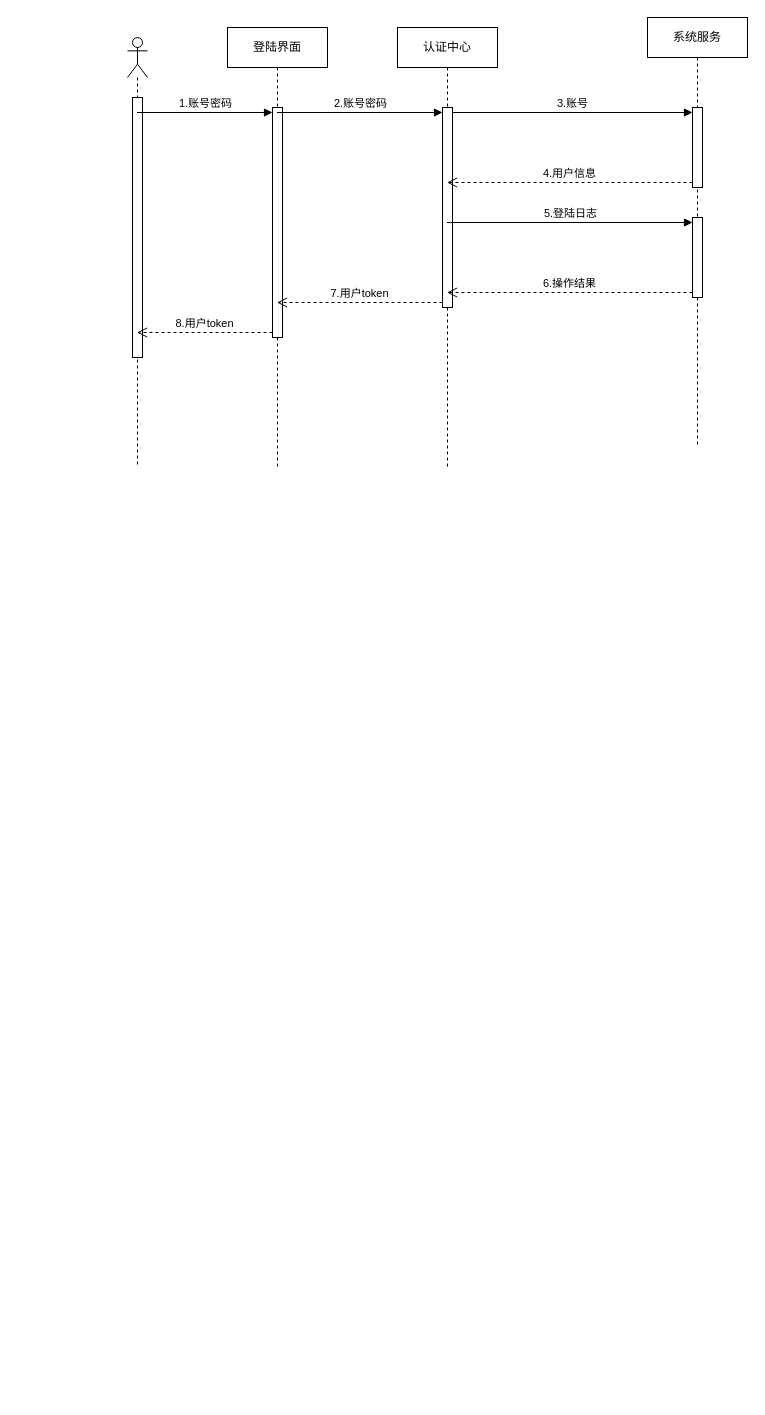
Above: 毕设/项目管理时序图.drawio in xiaoguokf/draw.io (draw.io), before the change. Source tidied: cells renumbered, new cells numbered last; positions are measured from the earlier drawing's top-left corner, leaving out a move shared by most shapes. Both pictures are drawn from the tidied source at 100%, with x=0, y=0 at pixel (127, 17).
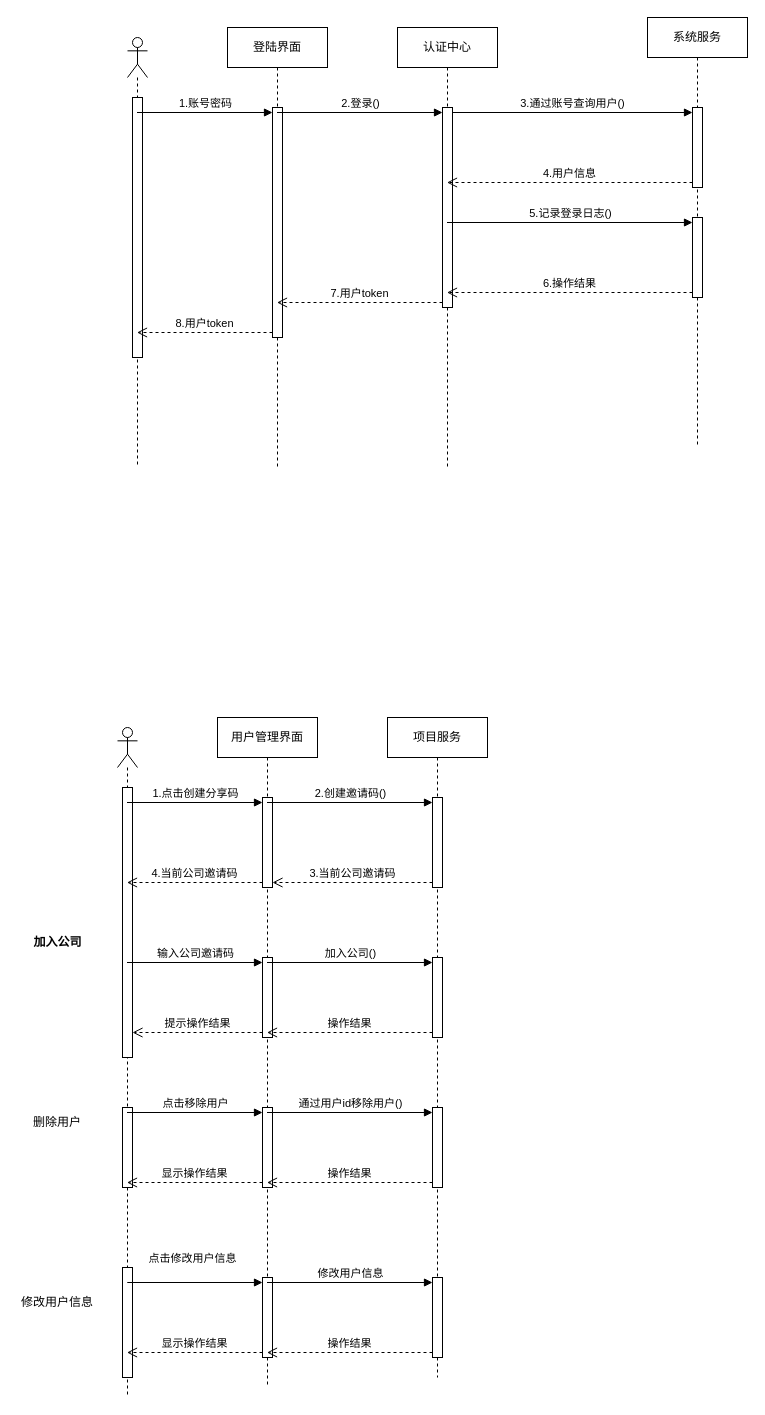
After the change.

Commit message (it also covers changes not shown here):
更新项目管理时序图.drawio

The change refers to these unchanged cells:
```xml
<mxCell id="4" value="认证中心" style="shape=umlLifeline;perimeter=lifelinePerimeter;whiteSpace=wrap;html=1;outlineConnect=0;portConstraint=eastwest;newEdgeStyle={&quot;curved&quot;:0,&quot;rounded&quot;:0};" parent="1" vertex="1">
  <mxGeometry x="270" y="10" width="100" height="440" as="geometry" />
</mxCell>
<mxCell id="5" style="html=1;points=[[0,0,0,0,5],[0,1,0,0,-5],[1,0,0,0,5],[1,1,0,0,-5]];perimeter=orthogonalPerimeter;outlineConnect=0;targetShapes=umlLifeline;portConstraint=eastwest;newEdgeStyle={&quot;curved&quot;:0,&quot;rounded&quot;:0};" parent="4" vertex="1">
  <mxGeometry x="45" y="80" width="10" height="200" as="geometry" />
</mxCell>
<mxCell id="7" style="html=1;points=[[0,0,0,0,5],[0,1,0,0,-5],[1,0,0,0,5],[1,1,0,0,-5]];perimeter=orthogonalPerimeter;outlineConnect=0;targetShapes=umlLifeline;portConstraint=eastwest;newEdgeStyle={&quot;curved&quot;:0,&quot;rounded&quot;:0};" parent="6" vertex="1">
  <mxGeometry x="45" y="90" width="10" height="80" as="geometry" />
</mxCell>
<mxCell id="8" style="html=1;points=[[0,0,0,0,5],[0,1,0,0,-5],[1,0,0,0,5],[1,1,0,0,-5]];perimeter=orthogonalPerimeter;outlineConnect=0;targetShapes=umlLifeline;portConstraint=eastwest;newEdgeStyle={&quot;curved&quot;:0,&quot;rounded&quot;:0};" parent="6" vertex="1">
  <mxGeometry x="45" y="200" width="10" height="80" as="geometry" />
</mxCell>
<mxCell id="11" value="登陆界面" style="shape=umlLifeline;perimeter=lifelinePerimeter;whiteSpace=wrap;html=1;outlineConnect=0;portConstraint=eastwest;newEdgeStyle={&quot;curved&quot;:0,&quot;rounded&quot;:0};" parent="1" vertex="1">
  <mxGeometry x="100" y="10" width="100" height="440" as="geometry" />
</mxCell>
```

Diff of the diagram source:
```diff
@@
-    <mxCell id="9" value="3.账号" style="html=1;verticalAlign=bottom;endArrow=block;curved=0;rounded=0;entryX=0;entryY=0;entryDx=0;entryDy=5;" parent="1" edge="1" target="7">
+    <mxCell id="9" value="3.通过账号查询用户()" style="html=1;verticalAlign=bottom;endArrow=block;curved=0;rounded=0;entryX=0;entryY=0;entryDx=0;entryDy=5;" parent="1" edge="1" target="7">
       <mxGeometry relative="1" as="geometry">
         <mxPoint x="325" y="95" as="sourcePoint" />
       </mxGeometry>
     </mxCell>
@@
-    <mxCell id="15" value="2.账号密码" style="html=1;verticalAlign=bottom;endArrow=block;curved=0;rounded=0;entryX=0;entryY=0;entryDx=0;entryDy=5;" parent="1" edge="1" source="11" target="5">
+    <mxCell id="15" value="2.登录()" style="html=1;verticalAlign=bottom;endArrow=block;curved=0;rounded=0;entryX=0;entryY=0;entryDx=0;entryDy=5;" parent="1" edge="1" source="11" target="5">
       <mxGeometry relative="1" as="geometry" />
     </mxCell>
@@
-    <mxCell id="17" value="5.登陆日志" style="html=1;verticalAlign=bottom;endArrow=block;curved=0;rounded=0;entryX=0;entryY=0;entryDx=0;entryDy=5;" parent="1" edge="1" source="4" target="8">
+    <mxCell id="17" value="5.记录登录日志()" style="html=1;verticalAlign=bottom;endArrow=block;curved=0;rounded=0;entryX=0;entryY=0;entryDx=0;entryDy=5;" parent="1" edge="1" source="4" target="8">
       <mxGeometry relative="1" as="geometry" />
     </mxCell>
@@
+    <mxCell id="19" style="shape=umlLifeline;perimeter=lifelinePerimeter;whiteSpace=wrap;html=1;outlineConnect=0;portConstraint=eastwest;newEdgeStyle={&quot;curved&quot;:0,&quot;rounded&quot;:0};participant=umlActor;" parent="1" vertex="1">
+      <mxGeometry x="-10" y="710" width="20" height="670" as="geometry" />
+    </mxCell>
+    <mxCell id="20" style="html=1;points=[[0,0,0,0,5],[0,1,0,0,-5],[1,0,0,0,5],[1,1,0,0,-5]];perimeter=orthogonalPerimeter;outlineConnect=0;targetShapes=umlLifeline;portConstraint=eastwest;newEdgeStyle={&quot;curved&quot;:0,&quot;rounded&quot;:0};" parent="19" vertex="1">
+      <mxGeometry x="5" y="60" width="10" height="270" as="geometry" />
+    </mxCell>
+    <mxCell id="21" style="html=1;perimeter=orthogonalPerimeter;targetShapes=umlLifeline;newEdgeStyle={&quot;curved&quot;:0,&quot;rounded&quot;:0};" parent="19" vertex="1">
+      <mxGeometry x="5" y="380" width="10" height="80" as="geometry" />
+    </mxCell>
+    <mxCell id="22" style="html=1;perimeter=orthogonalPerimeter;targetShapes=umlLifeline;newEdgeStyle={&quot;curved&quot;:0,&quot;rounded&quot;:0};" parent="19" vertex="1">
+      <mxGeometry x="5" y="540" width="10" height="110" as="geometry" />
+    </mxCell>
+    <mxCell id="23" value="项目服务" style="shape=umlLifeline;perimeter=lifelinePerimeter;whiteSpace=wrap;html=1;newEdgeStyle={&quot;curved&quot;:0,&quot;rounded&quot;:0};" parent="1" vertex="1">
+      <mxGeometry x="260" y="700" width="100" height="660" as="geometry" />
+    </mxCell>
+    <mxCell id="24" style="html=1;points=[[0,0,0,0,5],[0,1,0,0,-5],[1,0,0,0,5],[1,1,0,0,-5]];perimeter=orthogonalPerimeter;outlineConnect=0;targetShapes=umlLifeline;portConstraint=eastwest;newEdgeStyle={&quot;curved&quot;:0,&quot;rounded&quot;:0};" parent="23" vertex="1">
+      <mxGeometry x="45" y="80" width="10" height="90" as="geometry" />
+    </mxCell>
+    <mxCell id="25" style="html=1;points=[[0,0,0,0,5],[0,1,0,0,-5],[1,0,0,0,5],[1,1,0,0,-5]];perimeter=orthogonalPerimeter;outlineConnect=0;targetShapes=umlLifeline;portConstraint=eastwest;newEdgeStyle={&quot;curved&quot;:0,&quot;rounded&quot;:0};" parent="23" vertex="1">
+      <mxGeometry x="45" y="240" width="10" height="80" as="geometry" />
+    </mxCell>
+    <mxCell id="26" style="html=1;points=[[0,0,0,0,5],[0,1,0,0,-5],[1,0,0,0,5],[1,1,0,0,-5]];perimeter=orthogonalPerimeter;outlineConnect=0;targetShapes=umlLifeline;portConstraint=eastwest;newEdgeStyle={&quot;curved&quot;:0,&quot;rounded&quot;:0};" parent="23" vertex="1">
+      <mxGeometry x="45" y="390" width="10" height="80" as="geometry" />
+    </mxCell>
+    <mxCell id="27" style="html=1;points=[[0,0,0,0,5],[0,1,0,0,-5],[1,0,0,0,5],[1,1,0,0,-5]];perimeter=orthogonalPerimeter;outlineConnect=0;targetShapes=umlLifeline;portConstraint=eastwest;newEdgeStyle={&quot;curved&quot;:0,&quot;rounded&quot;:0};" parent="23" vertex="1">
+      <mxGeometry x="45" y="560" width="10" height="80" as="geometry" />
+    </mxCell>
+    <mxCell id="28" value="用户管理界面" style="shape=umlLifeline;perimeter=lifelinePerimeter;whiteSpace=wrap;html=1;outlineConnect=0;portConstraint=eastwest;newEdgeStyle={&quot;curved&quot;:0,&quot;rounded&quot;:0};" parent="1" vertex="1">
+      <mxGeometry x="90" y="700" width="100" height="670" as="geometry" />
+    </mxCell>
+    <mxCell id="29" style="html=1;points=[[0,0,0,0,5],[0,1,0,0,-5],[1,0,0,0,5],[1,1,0,0,-5]];perimeter=orthogonalPerimeter;outlineConnect=0;targetShapes=umlLifeline;portConstraint=eastwest;newEdgeStyle={&quot;curved&quot;:0,&quot;rounded&quot;:0};" parent="28" vertex="1">
+      <mxGeometry x="45" y="80" width="10" height="90" as="geometry" />
+    </mxCell>
+    <mxCell id="30" style="html=1;points=[[0,0,0,0,5],[0,1,0,0,-5],[1,0,0,0,5],[1,1,0,0,-5]];perimeter=orthogonalPerimeter;outlineConnect=0;targetShapes=umlLifeline;portConstraint=eastwest;newEdgeStyle={&quot;curved&quot;:0,&quot;rounded&quot;:0};" parent="28" vertex="1">
+      <mxGeometry x="45" y="240" width="10" height="80" as="geometry" />
+    </mxCell>
+    <mxCell id="31" style="html=1;points=[[0,0,0,0,5],[0,1,0,0,-5],[1,0,0,0,5],[1,1,0,0,-5]];perimeter=orthogonalPerimeter;outlineConnect=0;targetShapes=umlLifeline;portConstraint=eastwest;newEdgeStyle={&quot;curved&quot;:0,&quot;rounded&quot;:0};" parent="28" vertex="1">
+      <mxGeometry x="45" y="390" width="10" height="80" as="geometry" />
+    </mxCell>
+    <mxCell id="32" style="html=1;points=[[0,0,0,0,5],[0,1,0,0,-5],[1,0,0,0,5],[1,1,0,0,-5]];perimeter=orthogonalPerimeter;outlineConnect=0;targetShapes=umlLifeline;portConstraint=eastwest;newEdgeStyle={&quot;curved&quot;:0,&quot;rounded&quot;:0};" parent="28" vertex="1">
+      <mxGeometry x="45" y="560" width="10" height="80" as="geometry" />
+    </mxCell>
+    <mxCell id="33" value="点击修改用户信息" style="html=1;verticalAlign=bottom;endArrow=block;curved=0;rounded=0;entryX=0;entryY=0;entryDx=0;entryDy=5;" parent="28" edge="1" target="32">
+      <mxGeometry x="0.3" y="15" relative="1" as="geometry">
+        <mxPoint x="-25" y="565" as="sourcePoint" />
+        <Array as="points">
+          <mxPoint x="-90" y="565" />
+        </Array>
+      </mxGeometry>
+    </mxCell>
+    <mxCell id="34" value="1.点击创建分享码" style="html=1;verticalAlign=bottom;endArrow=block;curved=0;rounded=0;entryX=0;entryY=0;entryDx=0;entryDy=5;" parent="1" edge="1" source="19" target="29">
+      <mxGeometry relative="1" as="geometry" />
+    </mxCell>
+    <mxCell id="35" value="4.当前公司邀请码" style="html=1;verticalAlign=bottom;endArrow=open;dashed=1;endSize=8;curved=0;rounded=0;exitX=0;exitY=1;exitDx=0;exitDy=-5;" parent="1" edge="1" source="29" target="19">
+      <mxGeometry relative="1" as="geometry" />
+    </mxCell>
+    <mxCell id="36" value="2.创建邀请码()" style="html=1;verticalAlign=bottom;endArrow=block;curved=0;rounded=0;entryX=0;entryY=0;entryDx=0;entryDy=5;" parent="1" edge="1" source="28" target="24">
+      <mxGeometry relative="1" as="geometry" />
+    </mxCell>
+    <mxCell id="37" value="3.当前公司邀请码" style="html=1;verticalAlign=bottom;endArrow=open;dashed=1;endSize=8;curved=0;rounded=0;exitX=0;exitY=1;exitDx=0;exitDy=-5;" parent="1" edge="1" source="24" target="29">
+      <mxGeometry relative="1" as="geometry" />
+    </mxCell>
+    <mxCell id="38" value="输入公司邀请码" style="html=1;verticalAlign=bottom;endArrow=block;curved=0;rounded=0;entryX=0;entryY=0;entryDx=0;entryDy=5;" parent="1" edge="1" source="19" target="30">
+      <mxGeometry relative="1" as="geometry" />
+    </mxCell>
+    <mxCell id="39" value="提示操作结果" style="html=1;verticalAlign=bottom;endArrow=open;dashed=1;endSize=8;curved=0;rounded=0;exitX=0;exitY=1;exitDx=0;exitDy=-5;" parent="1" edge="1" source="30" target="20">
+      <mxGeometry relative="1" as="geometry" />
+    </mxCell>
+    <mxCell id="40" value="加入公司()" style="html=1;verticalAlign=bottom;endArrow=block;curved=0;rounded=0;entryX=0;entryY=0;entryDx=0;entryDy=5;" parent="1" edge="1" source="28" target="25">
+      <mxGeometry relative="1" as="geometry" />
+    </mxCell>
+    <mxCell id="41" value="操作结果" style="html=1;verticalAlign=bottom;endArrow=open;dashed=1;endSize=8;curved=0;rounded=0;exitX=0;exitY=1;exitDx=0;exitDy=-5;" parent="1" edge="1" source="25" target="28">
+      <mxGeometry relative="1" as="geometry" />
+    </mxCell>
+    <mxCell id="42" value="加入公司" style="text;align=center;fontStyle=1;verticalAlign=middle;spacingLeft=3;spacingRight=3;strokeColor=none;html=1;" parent="1" vertex="1">
+      <mxGeometry x="-110" y="912" width="80" height="26" as="geometry" />
+    </mxCell>
+    <mxCell id="43" value="删除用户" style="text;html=1;align=center;verticalAlign=middle;whiteSpace=wrap;rounded=0;" parent="1" vertex="1">
+      <mxGeometry x="-100" y="1090" width="60" height="30" as="geometry" />
+    </mxCell>
+    <mxCell id="44" value="点击移除用户" style="html=1;verticalAlign=bottom;endArrow=block;curved=0;rounded=0;entryX=0;entryY=0;entryDx=0;entryDy=5;" parent="1" edge="1" source="19" target="31">
+      <mxGeometry relative="1" as="geometry" />
+    </mxCell>
+    <mxCell id="45" value="显示操作结果" style="html=1;verticalAlign=bottom;endArrow=open;dashed=1;endSize=8;curved=0;rounded=0;exitX=0;exitY=1;exitDx=0;exitDy=-5;" parent="1" edge="1" source="31" target="19">
+      <mxGeometry relative="1" as="geometry" />
+    </mxCell>
+    <mxCell id="46" value="通过用户id移除用户()" style="html=1;verticalAlign=bottom;endArrow=block;curved=0;rounded=0;entryX=0;entryY=0;entryDx=0;entryDy=5;" parent="1" edge="1" source="28" target="26">
+      <mxGeometry relative="1" as="geometry" />
+    </mxCell>
+    <mxCell id="47" value="操作结果" style="html=1;verticalAlign=bottom;endArrow=open;dashed=1;endSize=8;curved=0;rounded=0;exitX=0;exitY=1;exitDx=0;exitDy=-5;" parent="1" edge="1" source="26" target="28">
+      <mxGeometry relative="1" as="geometry" />
+    </mxCell>
+    <mxCell id="48" value="修改用户信息" style="text;html=1;align=center;verticalAlign=middle;whiteSpace=wrap;rounded=0;" parent="1" vertex="1">
+      <mxGeometry x="-110" y="1270" width="80" height="30" as="geometry" />
+    </mxCell>
+    <mxCell id="49" value="显示操作结果" style="html=1;verticalAlign=bottom;endArrow=open;dashed=1;endSize=8;curved=0;rounded=0;exitX=0;exitY=1;exitDx=0;exitDy=-5;" parent="1" edge="1" source="32" target="19">
+      <mxGeometry relative="1" as="geometry" />
+    </mxCell>
+    <mxCell id="50" value="修改用户信息" style="html=1;verticalAlign=bottom;endArrow=block;curved=0;rounded=0;entryX=0;entryY=0;entryDx=0;entryDy=5;" parent="1" edge="1" source="28" target="27">
+      <mxGeometry relative="1" as="geometry" />
+    </mxCell>
+    <mxCell id="51" value="操作结果" style="html=1;verticalAlign=bottom;endArrow=open;dashed=1;endSize=8;curved=0;rounded=0;exitX=0;exitY=1;exitDx=0;exitDy=-5;" parent="1" edge="1" source="27" target="28">
+      <mxGeometry relative="1" as="geometry" />
+    </mxCell>
```
